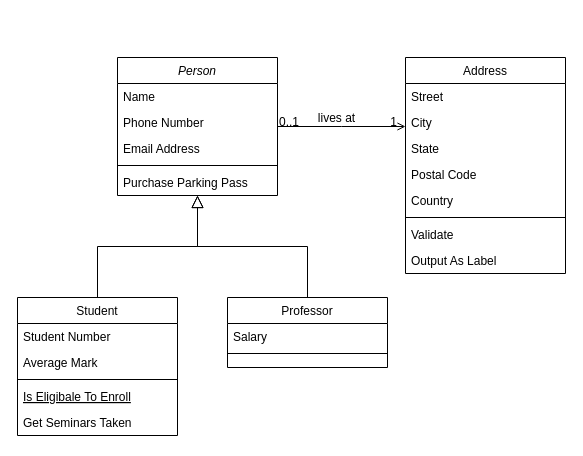
Above: Untitled Diagram.drawio in szauma/dr15ti3c (draw.io), before the change. Source tidied: cells renumbered, new cells numbered last; positions are measured from the earlier drawing's top-left corner, leaving out a move shared by most shapes. Both pictures are drawn from the tidied source at 100%, with x=0, y=0 at pixel (17, 57).
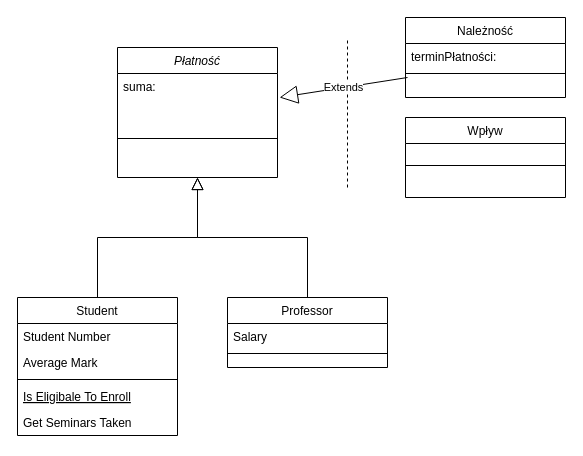
The same page after the edit.

Change to the diagram source:
```diff
@@
-    <mxCell id="2" value="Person" style="swimlane;fontStyle=2;align=center;verticalAlign=top;horizontal=1;startSize=26;rounded=0;shadow=0;strokeWidth=1;" parent="1" vertex="1">
-      <mxGeometry x="100" width="160" height="138" as="geometry" />
-    </mxCell>
-    <mxCell id="3" value="Name" style="text;align=left;verticalAlign=top;spacingLeft=4;spacingRight=4;overflow=hidden;" parent="2" vertex="1">
-      <mxGeometry y="26" width="160" height="26" as="geometry" />
-    </mxCell>
-    <mxCell id="4" value="Phone Number" style="text;align=left;verticalAlign=top;spacingLeft=4;spacingRight=4;overflow=hidden;points=[[0,0.5],[1,0.5]];portConstraint=eastwest;rounded=0;shadow=0;html=0;" parent="2" vertex="1">
-      <mxGeometry y="52" width="160" height="26" as="geometry" />
-    </mxCell>
-    <mxCell id="5" value="Email Address" style="text;align=left;verticalAlign=top;spacingLeft=4;spacingRight=4;overflow=hidden;rounded=0;shadow=0;html=0;" parent="2" vertex="1">
-      <mxGeometry y="78" width="160" height="26" as="geometry" />
-    </mxCell>
-    <mxCell id="6" style="line;html=1;strokeWidth=1;align=left;verticalAlign=middle;spacingTop=-1;spacingLeft=3;spacingRight=3;labelPosition=right;" parent="2" vertex="1">
-      <mxGeometry y="104" width="160" height="8" as="geometry" />
-    </mxCell>
-    <mxCell id="7" value="Purchase Parking Pass" style="text;align=left;verticalAlign=top;spacingLeft=4;spacingRight=4;overflow=hidden;" parent="2" vertex="1">
-      <mxGeometry y="112" width="160" height="26" as="geometry" />
-    </mxCell>
@@
+    <mxCell id="2" value="Płatność" style="swimlane;fontStyle=2;align=center;verticalAlign=top;horizontal=1;startSize=26;rounded=0;shadow=0;strokeWidth=1;" parent="1" vertex="1">
+      <mxGeometry x="100" y="-10" width="160" height="130" as="geometry" />
+    </mxCell>
+    <mxCell id="4" value="suma:" style="text;align=left;verticalAlign=top;spacingLeft=4;spacingRight=4;overflow=hidden;points=[[0,0.5],[1,0.5]];portConstraint=eastwest;rounded=0;shadow=0;html=0;" parent="2" vertex="1">
+      <mxGeometry y="26" width="160" height="26" as="geometry" />
+    </mxCell>
+    <mxCell id="6" style="line;html=1;strokeWidth=1;align=left;verticalAlign=middle;spacingTop=-1;spacingLeft=3;spacingRight=3;labelPosition=right;" parent="2" vertex="1">
+      <mxGeometry y="52" width="160" height="78" as="geometry" />
+    </mxCell>
+    <mxCell id="32" style="endArrow=none;dashed=1;html=1;" parent="1" edge="1">
+      <mxGeometry relative="1" as="geometry">
+        <mxPoint x="330" y="130" as="sourcePoint" />
+        <mxPoint x="330" y="-20" as="targetPoint" />
+      </mxGeometry>
+    </mxCell>
+    <mxCell id="33" value="Extends" style="endArrow=block;endSize=16;endFill=0;html=1;entryX=1.013;entryY=0.923;entryDx=0;entryDy=0;entryPerimeter=0;" parent="1" edge="1" target="4">
+      <mxGeometry relative="1" as="geometry">
+        <mxPoint x="390" y="20" as="sourcePoint" />
+      </mxGeometry>
+    </mxCell>
-    <mxCell id="19" value="Address" style="swimlane;fontStyle=0;align=center;verticalAlign=top;horizontal=1;startSize=26;rounded=0;shadow=0;strokeWidth=1;" parent="1" vertex="1">
-      <mxGeometry x="388" width="160" height="216" as="geometry" />
+    <mxCell id="19" value="Należność" style="swimlane;fontStyle=0;align=center;verticalAlign=top;horizontal=1;startSize=26;rounded=0;shadow=0;strokeWidth=1;" parent="1" vertex="1">
+      <mxGeometry x="388" y="-40" width="160" height="80" as="geometry" />
     </mxCell>
-    <mxCell id="20" value="Street" style="text;align=left;verticalAlign=top;spacingLeft=4;spacingRight=4;overflow=hidden;" parent="19" vertex="1">
-      <mxGeometry y="26" width="160" height="26" as="geometry" />
-    </mxCell>
-    <mxCell id="21" value="City" style="text;align=left;verticalAlign=top;spacingLeft=4;spacingRight=4;overflow=hidden;rounded=0;shadow=0;html=0;" parent="19" vertex="1">
-      <mxGeometry y="52" width="160" height="26" as="geometry" />
-    </mxCell>
-    <mxCell id="22" value="State" style="text;align=left;verticalAlign=top;spacingLeft=4;spacingRight=4;overflow=hidden;rounded=0;shadow=0;html=0;" parent="19" vertex="1">
-      <mxGeometry y="78" width="160" height="26" as="geometry" />
-    </mxCell>
-    <mxCell id="23" value="Postal Code" style="text;align=left;verticalAlign=top;spacingLeft=4;spacingRight=4;overflow=hidden;rounded=0;shadow=0;html=0;" parent="19" vertex="1">
-      <mxGeometry y="104" width="160" height="26" as="geometry" />
-    </mxCell>
-    <mxCell id="24" value="Country" style="text;align=left;verticalAlign=top;spacingLeft=4;spacingRight=4;overflow=hidden;rounded=0;shadow=0;html=0;" parent="19" vertex="1">
-      <mxGeometry y="130" width="160" height="26" as="geometry" />
+    <mxCell id="24" value="terminPłatności:" style="text;align=left;verticalAlign=top;spacingLeft=4;spacingRight=4;overflow=hidden;rounded=0;shadow=0;html=0;" parent="19" vertex="1">
+      <mxGeometry y="26" width="160" height="26" as="geometry" />
     </mxCell>
     <mxCell id="25" style="line;html=1;strokeWidth=1;align=left;verticalAlign=middle;spacingTop=-1;spacingLeft=3;spacingRight=3;labelPosition=right;" parent="19" vertex="1">
-      <mxGeometry y="156" width="160" height="8" as="geometry" />
+      <mxGeometry y="52" width="160" height="8" as="geometry" />
     </mxCell>
-    <mxCell id="26" value="Validate" style="text;align=left;verticalAlign=top;spacingLeft=4;spacingRight=4;overflow=hidden;" parent="19" vertex="1">
-      <mxGeometry y="164" width="160" height="26" as="geometry" />
-    </mxCell>
-    <mxCell id="27" value="Output As Label" style="text;align=left;verticalAlign=top;spacingLeft=4;spacingRight=4;overflow=hidden;" parent="19" vertex="1">
-      <mxGeometry y="190" width="160" height="26" as="geometry" />
-    </mxCell>
-    <mxCell id="28" style="endArrow=open;shadow=0;strokeWidth=1;rounded=0;endFill=1;edgeStyle=elbowEdgeStyle;elbow=vertical;" parent="1" edge="1" source="2" target="19">
-      <mxGeometry x="0.5" y="41" relative="1" as="geometry">
-        <mxPoint x="-40" y="32" as="offset" />
-      </mxGeometry>
-    </mxCell>
-    <mxCell id="29" value="0..1" style="align=left;verticalAlign=bottom;labelBackgroundColor=none;fontSize=12;" parent="28" vertex="1">
-      <mxGeometry x="-1" relative="1" as="geometry">
-        <mxPoint y="4" as="offset" />
-      </mxGeometry>
-    </mxCell>
-    <mxCell id="30" value="1" style="align=right;verticalAlign=bottom;labelBackgroundColor=none;fontSize=12;" parent="28" vertex="1">
-      <mxGeometry x="1" relative="1" as="geometry">
-        <mxPoint x="-7" y="4" as="offset" />
-      </mxGeometry>
-    </mxCell>
-    <mxCell id="31" value="lives at" style="text;html=1;align=center;verticalAlign=middle;labelBackgroundColor=none;rounded=0;shadow=0;strokeWidth=1;fontSize=12;" parent="28" vertex="1">
-      <mxGeometry x="0.5" y="49" relative="1" as="geometry">
-        <mxPoint x="-38" y="40" as="offset" />
-      </mxGeometry>
-    </mxCell>
+    <mxCell id="34" value="Wpływ" style="swimlane;fontStyle=0;align=center;verticalAlign=top;horizontal=1;startSize=26;rounded=0;shadow=0;strokeWidth=1;" parent="1" vertex="1">
+      <mxGeometry x="388" y="60" width="160" height="80" as="geometry" />
+    </mxCell>
+    <mxCell id="35" style="line;html=1;strokeWidth=1;align=left;verticalAlign=middle;spacingTop=-1;spacingLeft=3;spacingRight=3;labelPosition=right;" parent="34" vertex="1">
+      <mxGeometry y="26" width="160" height="44" as="geometry" />
+    </mxCell>
```
